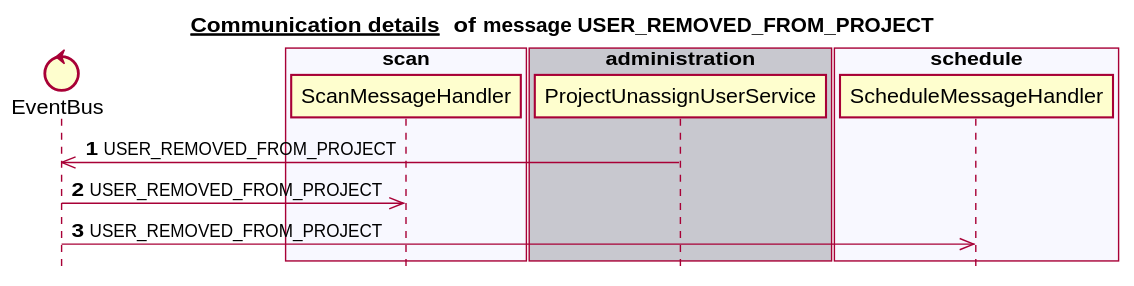
mercedes-benz/sechub keeps this PlantUML diagram as docs/latest/images/gen_domain_messaging_user_removed_from_project.svg. Above is the earlier version.
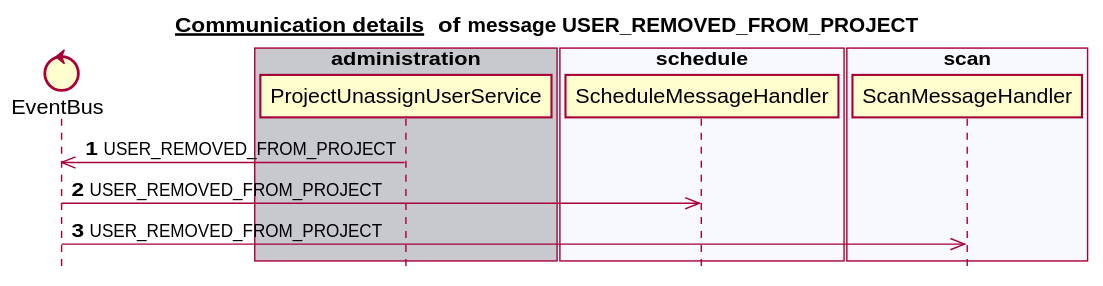
The same file after the commit.

Diff of the diagram source:
```diff
@@ -6,23 +6,23 @@
 
 
 control EventBus
-box "authorization" #C8C8CF
-end box
-box "scan" #F8F8FF
-   participant ScanMessageHandler
-end box
 box "administration" #C8C8CF
    participant ProjectUnassignUserService
 end box
 box "schedule" #F8F8FF
    participant ScheduleMessageHandler
 end box
+box "authorization" #C8C8CF
+end box
+box "scan" #F8F8FF
+   participant ScanMessageHandler
+end box
 box "notification" #C8C8CF
 end box
 autonumber 1
 ProjectUnassignUserService ->> EventBus:USER_REMOVED_FROM_PROJECT
+EventBus ->> ScheduleMessageHandler:USER_REMOVED_FROM_PROJECT
 EventBus ->> ScanMessageHandler:USER_REMOVED_FROM_PROJECT
-EventBus ->> ScheduleMessageHandler:USER_REMOVED_FROM_PROJECT
 autonumber stop
 
 
```
